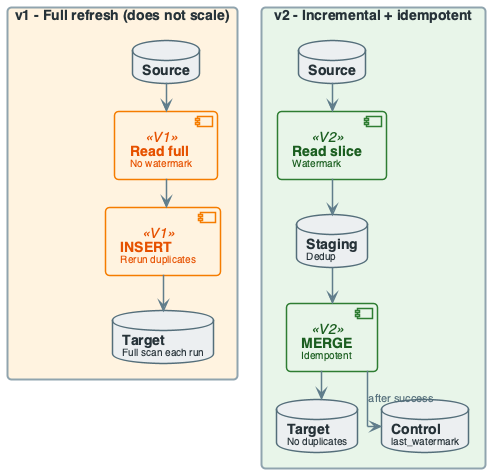
OrPerets/data-engineering-course keeps this PlantUML diagram as diagrams/week04/week4_lecture_evolution_v1_v2.png. Above is the earlier version.
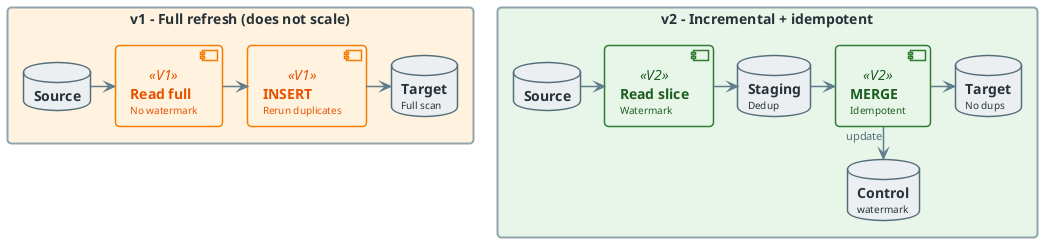
The same file after the commit.

Diff of the diagram source:
```diff
@@ -118,30 +118,29 @@
 }
 
 
+
 rectangle "v1 - Full refresh (does not scale)" #FFF3E0 {
     database "**Source**" as S1
     component "**Read full**\n<size:10>No watermark</size>" as R1 <<V1>>
     component "**INSERT**\n<size:10>Rerun duplicates</size>" as I1 <<V1>>
-    database "**Target**\n<size:10>Full scan each run</size>" as T1
+    database "**Target**\n<size:10>Full scan</size>" as T1
+    S1 -right-> R1
+    R1 -right-> I1
+    I1 -right-> T1
 }
-S1 --> R1
-R1 --> I1
-I1 --> T1
 
 rectangle "v2 - Incremental + idempotent" #E8F5E9 {
     database "**Source**" as S2
     component "**Read slice**\n<size:10>Watermark</size>" as R2 <<V2>>
     database "**Staging**\n<size:10>Dedup</size>" as ST2
     component "**MERGE**\n<size:10>Idempotent</size>" as M2 <<V2>>
-    database "**Target**\n<size:10>No duplicates</size>" as T2
-    database "**Control**\n<size:10>last_watermark</size>" as C2
+    database "**Target**\n<size:10>No dups</size>" as T2
+    database "**Control**\n<size:10>watermark</size>" as C2
+    S2 -right-> R2
+    R2 -right-> ST2
+    ST2 -right-> M2
+    M2 -right-> T2
+    M2 -down-> C2 : "update"
 }
-S2 --> R2
-R2 --> ST2
-ST2 --> M2
-M2 --> T2
-M2 --> C2 : "after success"
-
-R1 -[hidden]right- R2
 
 @enduml
```
